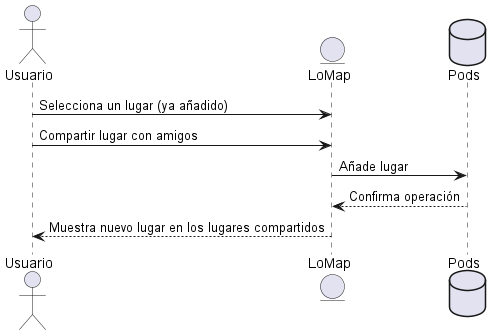
This is images/Sequence diagram04.png from Arquisoft/lomap_es3c, a PlantUML export, as it was before one commit.
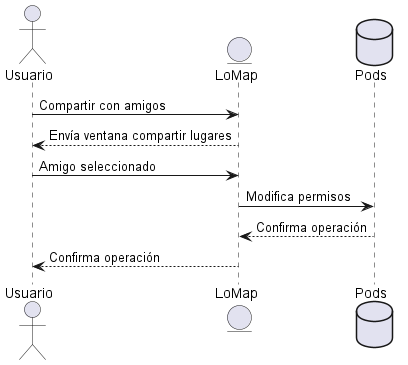
After the change.

The edit, as a diff of the source:
```diff
@@ -1,10 +1,11 @@
 @startuml
 actor Usuario
 entity LoMap
-Usuario -> LoMap: Selecciona un lugar (ya añadido)
-Usuario -> LoMap: Compartir lugar con amigos
+Usuario -> LoMap: Compartir con amigos
+LoMap --> Usuario: Envía ventana compartir lugares
 database Pod as "Pods"
-LoMap-> Pod : Añade lugar
+Usuario -> LoMap: Amigo seleccionado
+LoMap-> Pod : Modifica permisos
 Pod--> LoMap: Confirma operación
-LoMap--> Usuario: Muestra nuevo lugar en los lugares compartidos
+LoMap--> Usuario: Confirma operación
 @enduml
```
